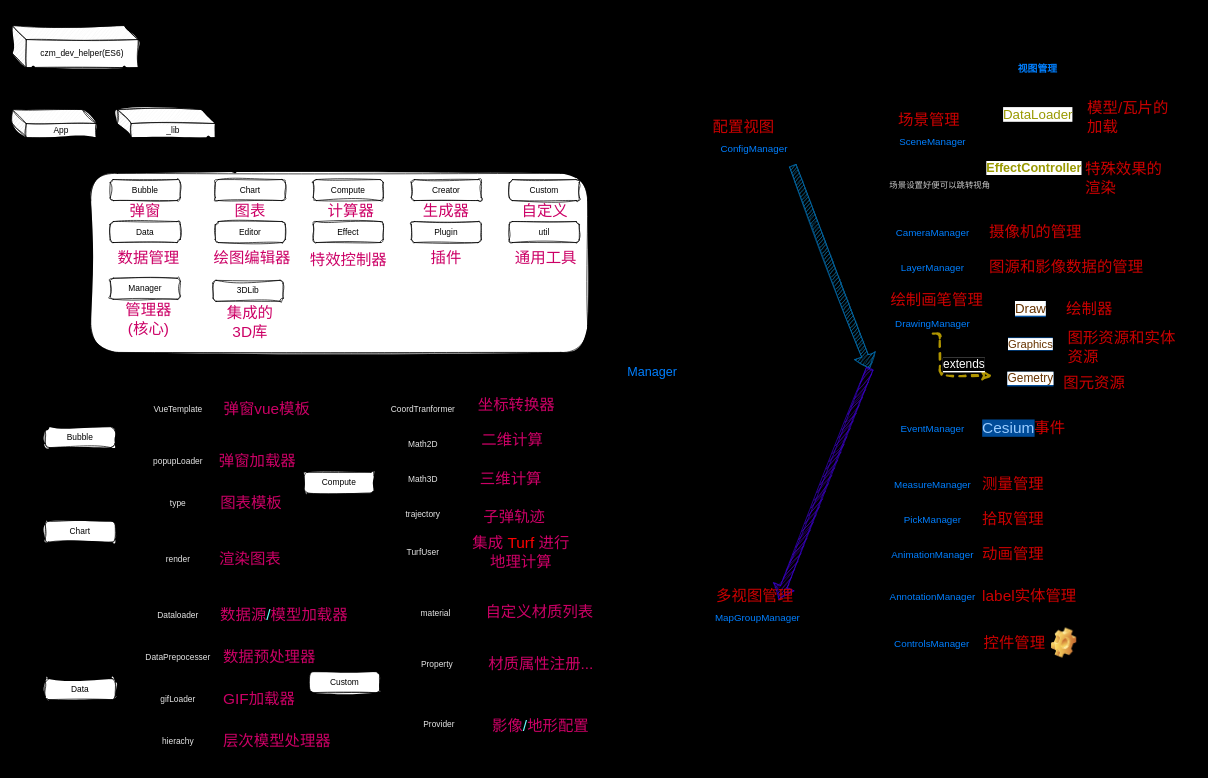
The draw.io diagram src/doc/czm_dev_helper.drawio in Henri-lab/czm_dev_helper, before the edit. Source tidied: cells renumbered, new cells numbered last; positions are measured from the earlier drawing's top-left corner, leaving out a move shared by most shapes. Both pictures are drawn from the tidied source at 70%, with x=0, y=0 at pixel (12, 19).
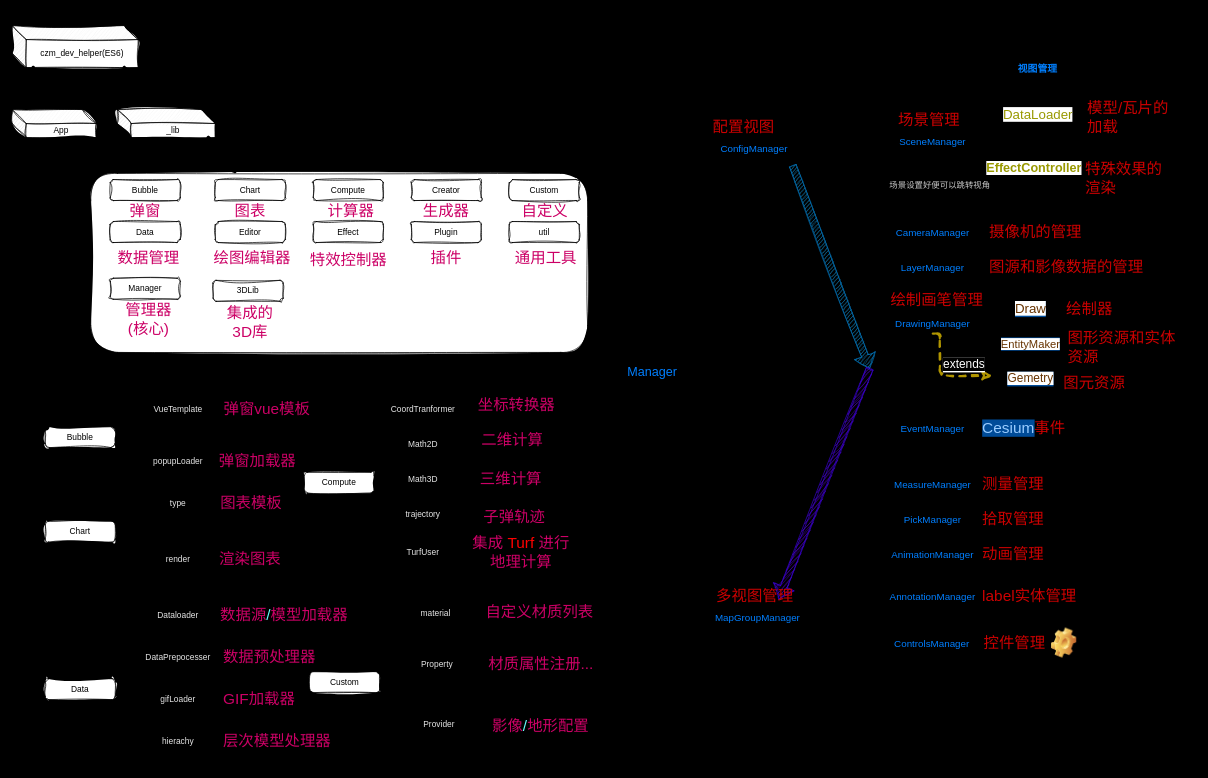
After the change.

The change refers to these unchanged cells:
```xml
<mxCell id="63" value="视图管理" style="swimlane;fontSize=14;fontColor=#007FFF;fillColor=none;startSize=23;rounded=1;sketch=1;curveFitting=1;jiggle=2;" parent="1" vertex="1">
  <mxGeometry x="1240" y="59" width="450" height="870" as="geometry" />
</mxCell>
```

Change to the diagram source:
```diff
@@
-    <mxCell id="88" value="&lt;font size=&quot;1&quot; color=&quot;#663300&quot;&gt;&lt;span style=&quot;background-color: rgb(255, 255, 255); font-size: 16px;&quot;&gt;Graphics&lt;/span&gt;&lt;/font&gt;" style="shape=hexagon;perimeter=hexagonPerimeter2;whiteSpace=wrap;html=1;fixedSize=1;labelBackgroundColor=#004C99;fontSize=12;fontColor=#99CCFF;fillColor=none;rounded=1;sketch=1;curveFitting=1;jiggle=2;" parent="63" vertex="1">
+    <mxCell id="88" value="&lt;font size=&quot;1&quot; color=&quot;#663300&quot;&gt;&lt;span style=&quot;background-color: rgb(255, 255, 255); font-size: 16px;&quot;&gt;EntityMaker&lt;/span&gt;&lt;/font&gt;" style="shape=hexagon;perimeter=hexagonPerimeter2;whiteSpace=wrap;html=1;fixedSize=1;labelBackgroundColor=#004C99;fontSize=12;fontColor=#99CCFF;fillColor=none;rounded=1;sketch=1;curveFitting=1;jiggle=2;" parent="63" vertex="1">
       <mxGeometry x="170" y="380" width="90" height="50" as="geometry" />
     </mxCell>
```
